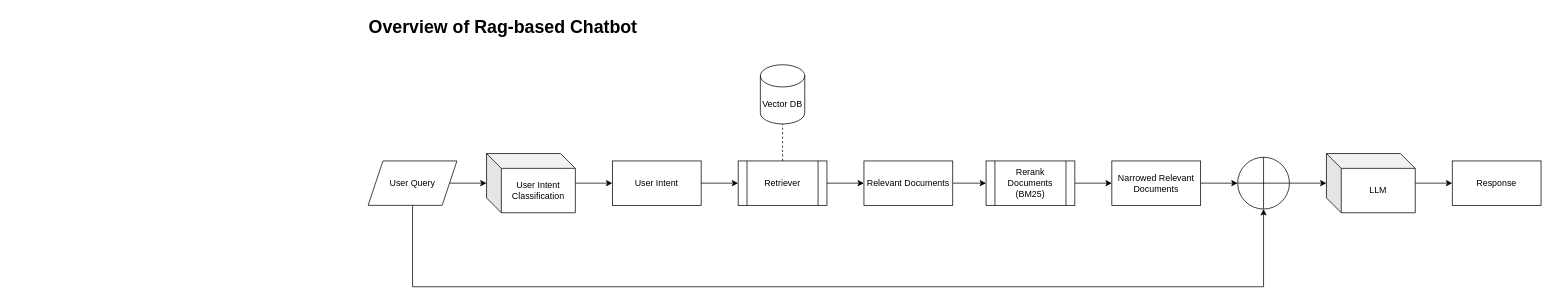
ATTIC-TOURS/rag keeps this draw.io diagram as page "Overview" (1 of 3) of rag_architecture.drawio. Above is the earlier version. Source tidied: cells renumbered, new cells numbered last; positions are measured from the earlier drawing's top-left corner, leaving out a move shared by most shapes. Both pictures are drawn from the tidied source at 74%, with x=0, y=0 at pixel (360, 13).
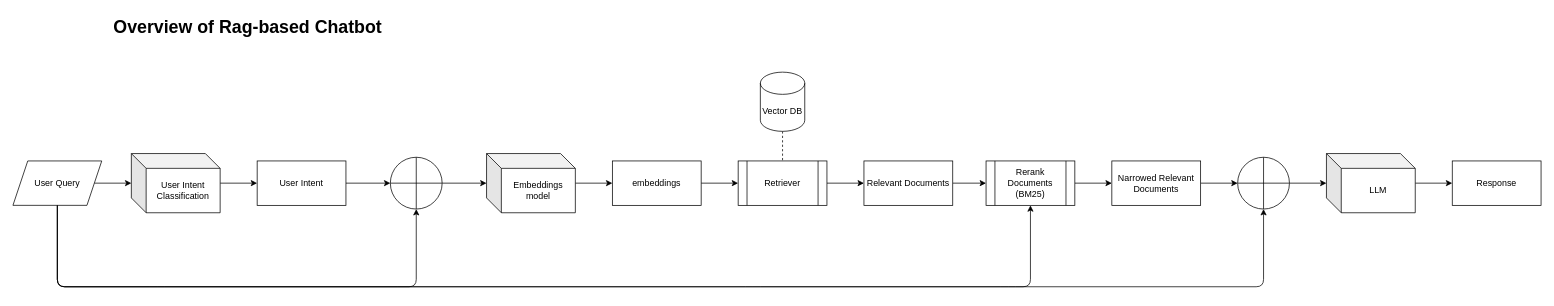
After the change.

Unchanged cells that the change refers to:
```xml
<mxCell id="12" value="Relevant Documents" style="rounded=0;whiteSpace=wrap;html=1;" parent="1" vertex="1">
  <mxGeometry x="680" y="200" width="120" height="60" as="geometry" />
</mxCell>
<mxCell id="16" value="Rerank Documents (BM25)" style="shape=process;whiteSpace=wrap;html=1;backgroundOutline=1;" parent="1" vertex="1">
  <mxGeometry x="845" y="200" width="120" height="60" as="geometry" />
</mxCell>
<mxCell id="20" style="verticalLabelPosition=bottom;verticalAlign=top;html=1;shape=mxgraph.flowchart.summing_function;" parent="1" vertex="1">
  <mxGeometry x="1185" y="195" width="70" height="70" as="geometry" />
</mxCell>
```

What changed in the source:
```diff
@@
-    <mxCell id="2" style="edgeStyle=orthogonalEdgeStyle;rounded=0;jettySize=auto;html=1;" parent="1" edge="1" source="3" target="9">
-      <mxGeometry relative="1" as="geometry" />
-    </mxCell>
+    <mxCell id="25" style="edgeStyle=none;html=1;" parent="1" edge="1" source="3" target="29">
+      <mxGeometry relative="1" as="geometry" />
+    </mxCell>
     <mxCell id="3" value="User Intent" style="rounded=0;whiteSpace=wrap;html=1;" parent="1" vertex="1">
-      <mxGeometry x="340" y="200" width="120" height="60" as="geometry" />
+      <mxGeometry x="-140" y="200" width="120" height="60" as="geometry" />
     </mxCell>
@@
+    <mxCell id="26" style="edgeStyle=none;html=1;entryX=0.5;entryY=1;entryDx=0;entryDy=0;" parent="1" edge="1" source="5" target="16">
+      <mxGeometry relative="1" as="geometry">
+        <Array as="points">
+          <mxPoint x="-410" y="370" />
+          <mxPoint x="905" y="370" />
+        </Array>
+      </mxGeometry>
+    </mxCell>
     <mxCell id="5" value="User Query" style="shape=parallelogram;perimeter=parallelogramPerimeter;whiteSpace=wrap;html=1;fixedSize=1;" parent="1" vertex="1">
-      <mxGeometry x="10" y="200" width="120" height="60" as="geometry" />
+      <mxGeometry x="-470" y="200" width="120" height="60" as="geometry" />
     </mxCell>
     <mxCell id="6" value="Overview of Rag-based Chatbot" style="text;html=1;align=center;verticalAlign=middle;whiteSpace=wrap;rounded=0;fontSize=24;fontStyle=1;" parent="1" vertex="1">
-      <mxGeometry width="385" height="40" as="geometry" />
+      <mxGeometry x="-345" width="385" height="40" as="geometry" />
     </mxCell>
-    <mxCell id="7" style="edgeStyle=orthogonalEdgeStyle;rounded=0;jettySize=auto;html=1;endArrow=none;endFill=0;dashed=1;" parent="1" edge="1" source="9" target="10">
-      <mxGeometry relative="1" as="geometry" />
-    </mxCell>
-    <mxCell id="8" style="edgeStyle=orthogonalEdgeStyle;rounded=0;jettySize=auto;html=1;" parent="1" edge="1" source="9" target="12">
-      <mxGeometry relative="1" as="geometry" />
-    </mxCell>
-    <mxCell id="9" value="Retriever" style="shape=process;whiteSpace=wrap;html=1;backgroundOutline=1;" parent="1" vertex="1">
-      <mxGeometry x="510" y="200" width="120" height="60" as="geometry" />
-    </mxCell>
+    <mxCell id="27" style="edgeStyle=none;html=1;endArrow=none;endFill=0;dashed=1;" parent="1" edge="1" source="10" target="9">
+      <mxGeometry relative="1" as="geometry" />
+    </mxCell>
     <mxCell id="10" value="Vector DB" style="shape=cylinder3;whiteSpace=wrap;html=1;boundedLbl=1;backgroundOutline=1;size=15;" parent="1" vertex="1">
-      <mxGeometry x="540" y="70" width="60" height="80" as="geometry" />
+      <mxGeometry x="540" y="80" width="60" height="80" as="geometry" />
     </mxCell>
@@
     <mxCell id="14" value="User Intent Classification" style="shape=cube;whiteSpace=wrap;html=1;boundedLbl=1;backgroundOutline=1;darkOpacity=0.05;darkOpacity2=0.1;" parent="1" vertex="1">
-      <mxGeometry x="170" y="190" width="120" height="80" as="geometry" />
+      <mxGeometry x="-310" y="190" width="120" height="80" as="geometry" />
     </mxCell>
@@
-    <mxCell id="21" style="edgeStyle=none;html=1;entryX=0.5;entryY=1;entryDx=0;entryDy=0;entryPerimeter=0;rounded=0;curved=0;" parent="1" edge="1" source="5" target="20">
+    <mxCell id="21" style="edgeStyle=none;html=1;entryX=0.5;entryY=1;entryDx=0;entryDy=0;entryPerimeter=0;rounded=1;curved=0;" parent="1" edge="1" source="5" target="20">
       <mxGeometry relative="1" as="geometry">
         <Array as="points">
-          <mxPoint x="70" y="370" />
-          <mxPoint x="405" y="370" />
+          <mxPoint x="-410" y="370" />
+          <mxPoint x="-275" y="370" />
+          <mxPoint x="60" y="370" />
+          <mxPoint x="530" y="370" />
           <mxPoint x="875" y="370" />
           <mxPoint x="1220" y="370" />
         </Array>
       </mxGeometry>
     </mxCell>
@@
+    <mxCell id="28" style="edgeStyle=none;html=1;" parent="1" edge="1" source="29" target="32">
+      <mxGeometry relative="1" as="geometry" />
+    </mxCell>
+    <mxCell id="29" style="verticalLabelPosition=bottom;verticalAlign=top;html=1;shape=mxgraph.flowchart.summing_function;" parent="1" vertex="1">
+      <mxGeometry x="40" y="195" width="70" height="70" as="geometry" />
+    </mxCell>
+    <mxCell id="30" style="edgeStyle=none;html=1;entryX=0.5;entryY=1;entryDx=0;entryDy=0;entryPerimeter=0;" parent="1" edge="1" source="5" target="29">
+      <mxGeometry relative="1" as="geometry">
+        <Array as="points">
+          <mxPoint x="-410" y="370" />
+          <mxPoint x="75" y="370" />
+        </Array>
+      </mxGeometry>
+    </mxCell>
+    <mxCell id="31" style="edgeStyle=none;html=1;" parent="1" edge="1" source="32" target="34">
+      <mxGeometry relative="1" as="geometry" />
+    </mxCell>
+    <mxCell id="32" value="Embeddings model" style="shape=cube;whiteSpace=wrap;html=1;boundedLbl=1;backgroundOutline=1;darkOpacity=0.05;darkOpacity2=0.1;" parent="1" vertex="1">
+      <mxGeometry x="170" y="190" width="120" height="80" as="geometry" />
+    </mxCell>
+    <mxCell id="8" style="edgeStyle=none;html=1;entryX=0;entryY=0.5;entryDx=0;entryDy=0;" parent="1" edge="1" source="9" target="12">
+      <mxGeometry relative="1" as="geometry" />
+    </mxCell>
+    <mxCell id="9" value="Retriever" style="shape=process;whiteSpace=wrap;html=1;backgroundOutline=1;" parent="1" vertex="1">
+      <mxGeometry x="510" y="200" width="120" height="60" as="geometry" />
+    </mxCell>
+    <mxCell id="33" style="edgeStyle=none;html=1;" parent="1" edge="1" source="34" target="9">
+      <mxGeometry relative="1" as="geometry" />
+    </mxCell>
+    <mxCell id="34" value="embeddings" style="rounded=0;whiteSpace=wrap;html=1;" parent="1" vertex="1">
+      <mxGeometry x="340" y="200" width="120" height="60" as="geometry" />
+    </mxCell>
```
